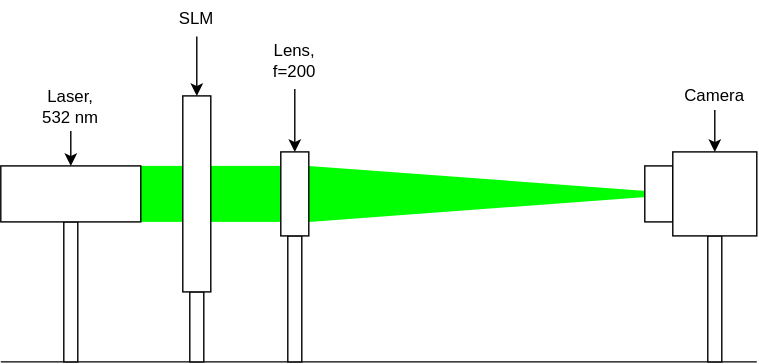
The draw.io diagram documentation/images/setup_0.svg in nbaehler/mask-designer, before a commit. Source tidied: cells renumbered, new cells last; positions are measured from the earlier drawing's top-left corner, leaving out a move shared by most shapes.
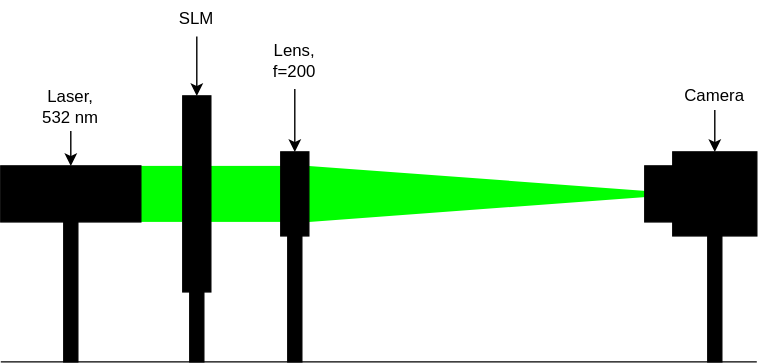
Later version of the same file.

What changed in the source:
```diff
@@ -14,16 +14,16 @@
     <mxCell id="4" style="rounded=0;whiteSpace=wrap;html=1;strokeColor=none;fillColor=#00FF00;" parent="1" vertex="1">
       <mxGeometry x="100" y="118" width="30" height="40" as="geometry" />
     </mxCell>
-    <mxCell id="5" style="rounded=0;whiteSpace=wrap;html=1;fillColor=default;" parent="1" vertex="1">
+    <mxCell id="5" style="rounded=0;whiteSpace=wrap;html=1;fillColor=#000000;" parent="1" vertex="1">
       <mxGeometry x="45" y="158" width="10" height="100" as="geometry" />
     </mxCell>
-    <mxCell id="6" style="rounded=0;whiteSpace=wrap;html=1;fillColor=default;" parent="1" vertex="1">
+    <mxCell id="6" style="rounded=0;whiteSpace=wrap;html=1;fillColor=#000000;" parent="1" vertex="1">
       <mxGeometry x="135" y="208" width="10" height="50" as="geometry" />
     </mxCell>
-    <mxCell id="7" style="rounded=0;whiteSpace=wrap;html=1;fillColor=default;" parent="1" vertex="1">
+    <mxCell id="7" style="rounded=0;whiteSpace=wrap;html=1;fillColor=#000000;" parent="1" vertex="1">
       <mxGeometry x="505" y="168" width="10" height="90" as="geometry" />
     </mxCell>
-    <mxCell id="8" style="rounded=0;whiteSpace=wrap;html=1;fillColor=default;" parent="1" vertex="1">
+    <mxCell id="8" style="rounded=0;whiteSpace=wrap;html=1;fillColor=#000000;" parent="1" vertex="1">
       <mxGeometry x="205" y="168" width="10" height="90" as="geometry" />
     </mxCell>
     <mxCell id="9" style="rounded=0;whiteSpace=wrap;html=1;strokeColor=none;fillColor=#00FF00;" parent="1" vertex="1">
@@ -47,19 +47,19 @@
     <mxCell id="15" value="&lt;div&gt;Lens,&lt;/div&gt;&lt;div&gt;f=200&lt;br&gt;&lt;/div&gt;" style="text;html=1;strokeColor=none;fillColor=none;align=center;verticalAlign=middle;whiteSpace=wrap;rounded=0;" parent="1" vertex="1">
       <mxGeometry x="180" y="23" width="60" height="40" as="geometry" />
     </mxCell>
-    <mxCell id="16" style="rounded=0;whiteSpace=wrap;html=1;fillColor=default;" parent="1" vertex="1">
+    <mxCell id="16" style="rounded=0;whiteSpace=wrap;html=1;fillColor=#000000;" parent="1" vertex="1">
       <mxGeometry x="130" y="68" width="20" height="140" as="geometry" />
     </mxCell>
-    <mxCell id="17" style="rounded=0;whiteSpace=wrap;html=1;fillColor=default;" parent="1" vertex="1">
+    <mxCell id="17" style="rounded=0;whiteSpace=wrap;html=1;fillColor=#000000;" parent="1" vertex="1">
       <mxGeometry x="200" y="108" width="20" height="60" as="geometry" />
     </mxCell>
-    <mxCell id="18" style="rounded=0;whiteSpace=wrap;html=1;fillColor=default;" parent="1" vertex="1">
+    <mxCell id="18" style="rounded=0;whiteSpace=wrap;html=1;fillColor=#000000;" parent="1" vertex="1">
       <mxGeometry x="460" y="118" width="20" height="40" as="geometry" />
     </mxCell>
-    <mxCell id="19" style="rounded=0;whiteSpace=wrap;html=1;fillColor=default;" parent="1" vertex="1">
+    <mxCell id="19" style="rounded=0;whiteSpace=wrap;html=1;fillColor=#000000;" parent="1" vertex="1">
       <mxGeometry x="480" y="108" width="60" height="60" as="geometry" />
     </mxCell>
-    <mxCell id="20" style="rounded=0;whiteSpace=wrap;html=1;fillColor=default;" parent="1" vertex="1">
+    <mxCell id="20" style="rounded=0;whiteSpace=wrap;html=1;fillColor=#000000;" parent="1" vertex="1">
       <mxGeometry y="118" width="100" height="40" as="geometry" />
     </mxCell>
     <mxCell id="21" style="edgeStyle=orthogonalEdgeStyle;rounded=0;jettySize=auto;html=1;" parent="1" edge="1" source="22" target="19">
```
